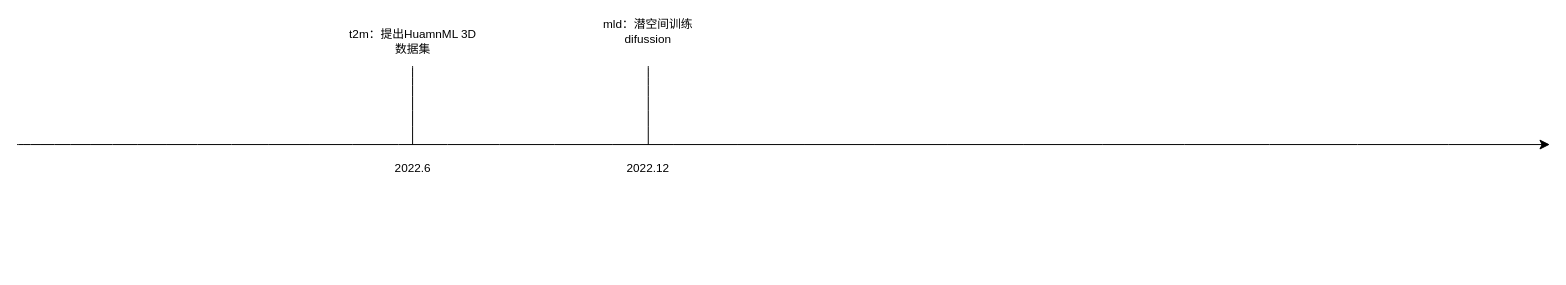
This is 时间流程图t2m.drawio from 177-Liukuan/algorithm, a draw.io file, before an edit. Source tidied: cells renumbered, new cells numbered last; positions are measured from the earlier drawing's top-left corner, leaving out a move shared by most shapes. Both pictures are drawn from the tidied source at 98%, with x=0, y=0 at pixel (17, 17).
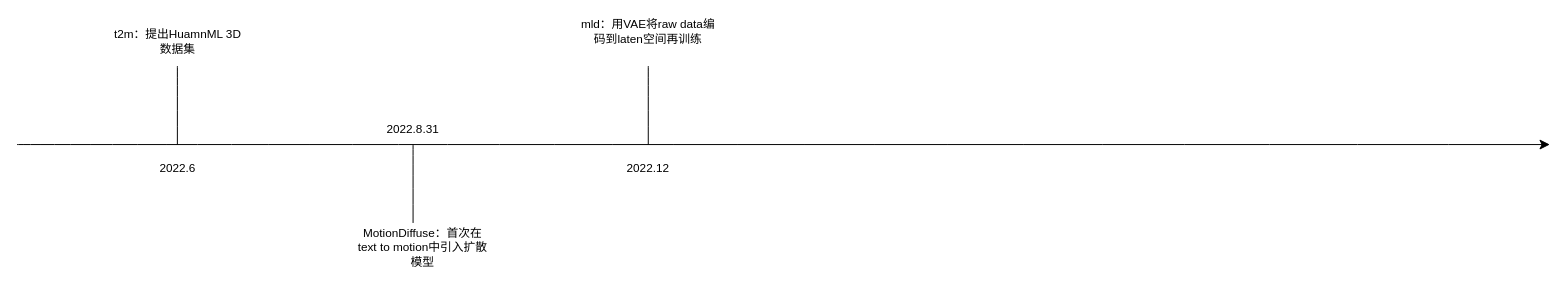
The same page after the edit.

Commit message (it also covers changes not shown here):
更新时间流程图t2m.drawio

The edit, as a diff of the source:
```diff
@@
 <mxGraphModel>
   <root>
     <mxCell id="0" />
     <mxCell id="1" parent="0" />
     <mxCell id="2" style="endArrow=classic;html=1;rounded=0;fontSize=12;startSize=8;endSize=8;curved=1;" parent="1" edge="1">
       <mxGeometry relative="1" as="geometry">
         <mxPoint y="130" as="sourcePoint" />
         <mxPoint x="1564" y="130" as="targetPoint" />
       </mxGeometry>
     </mxCell>
     <mxCell id="3" style="endArrow=none;html=1;rounded=0;fontSize=12;startSize=8;endSize=8;curved=1;" parent="1" edge="1">
       <mxGeometry relative="1" as="geometry">
         <mxPoint x="644" y="50" as="sourcePoint" />
         <mxPoint x="644" y="130" as="targetPoint" />
       </mxGeometry>
     </mxCell>
     <mxCell id="4" value="2022.12" style="text;html=1;whiteSpace=wrap;strokeColor=none;fillColor=none;align=center;verticalAlign=middle;rounded=0;" parent="1" vertex="1">
       <mxGeometry x="614" y="140" width="60" height="30" as="geometry" />
     </mxCell>
-    <mxCell id="5" value="mld：潜空间训练difussion" style="text;html=1;whiteSpace=wrap;strokeColor=none;fillColor=none;align=center;verticalAlign=middle;rounded=0;" parent="1" vertex="1">
+    <mxCell id="5" value="mld：用VAE将raw data编码到laten空间再训练" style="text;html=1;whiteSpace=wrap;strokeColor=none;fillColor=none;align=center;verticalAlign=middle;rounded=0;" parent="1" vertex="1">
       <mxGeometry x="574" width="140" height="30" as="geometry" />
     </mxCell>
     <mxCell id="6" value="2022.6" style="text;html=1;whiteSpace=wrap;strokeColor=none;fillColor=none;align=center;verticalAlign=middle;rounded=0;" parent="1" vertex="1">
-      <mxGeometry x="374" y="140" width="60" height="30" as="geometry" />
+      <mxGeometry x="134" y="140" width="60" height="30" as="geometry" />
     </mxCell>
     <mxCell id="7" style="endArrow=none;html=1;rounded=0;fontSize=12;startSize=8;endSize=8;curved=1;" parent="1" edge="1">
       <mxGeometry relative="1" as="geometry">
-        <mxPoint x="403.5" y="50" as="sourcePoint" />
-        <mxPoint x="403.5" y="130" as="targetPoint" />
+        <mxPoint x="163.5" y="50" as="sourcePoint" />
+        <mxPoint x="163.5" y="130" as="targetPoint" />
       </mxGeometry>
     </mxCell>
     <mxCell id="8" value="t2m：提出HuamnML 3D数据集" style="text;html=1;whiteSpace=wrap;strokeColor=none;fillColor=none;align=center;verticalAlign=middle;rounded=0;" parent="1" vertex="1">
-      <mxGeometry x="334" y="10" width="140" height="30" as="geometry" />
+      <mxGeometry x="94" y="10" width="140" height="30" as="geometry" />
     </mxCell>
+    <mxCell id="9" value="&lt;span class=&quot;mm-editor-clipboard&quot;&gt;MotionDiffuse：首次在text to motion中引入扩散模型&lt;/span&gt;" style="text;html=1;whiteSpace=wrap;strokeColor=none;fillColor=none;align=center;verticalAlign=middle;rounded=0;" parent="1" vertex="1">
+      <mxGeometry x="344" y="220" width="140" height="30" as="geometry" />
+    </mxCell>
+    <mxCell id="10" style="endArrow=none;html=1;rounded=0;fontSize=12;startSize=8;endSize=8;curved=1;" parent="1" edge="1">
+      <mxGeometry relative="1" as="geometry">
+        <mxPoint x="404" y="130" as="sourcePoint" />
+        <mxPoint x="404" y="210" as="targetPoint" />
+      </mxGeometry>
+    </mxCell>
+    <mxCell id="11" value="2022.8.31" style="text;html=1;whiteSpace=wrap;strokeColor=none;fillColor=none;align=center;verticalAlign=middle;rounded=0;" parent="1" vertex="1">
+      <mxGeometry x="374" y="100" width="60" height="30" as="geometry" />
+    </mxCell>
   </root>
 </mxGraphModel>
```
